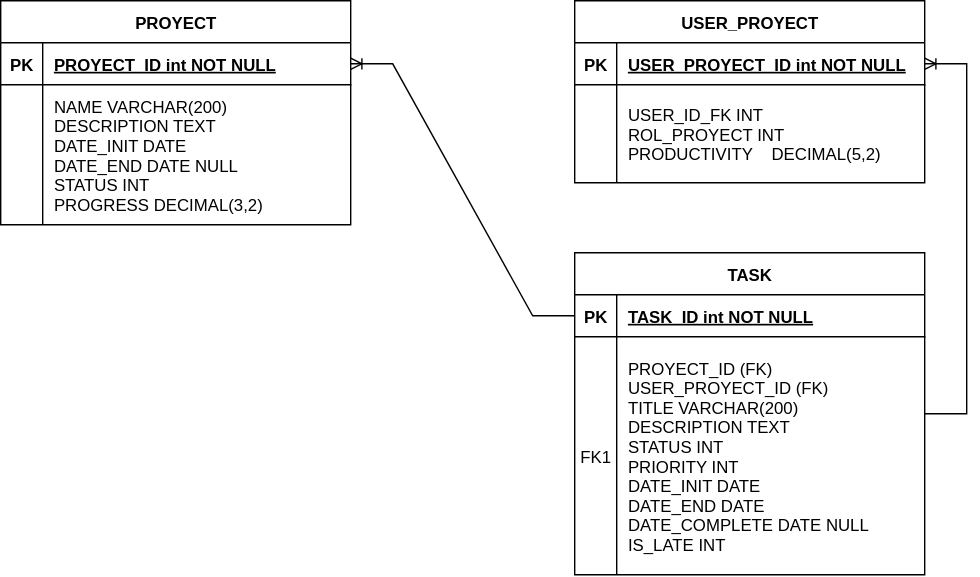
Above: schemas/IMPORT/KENDALL_MICRO_IMPORT_EXPORT.svg in brayrpgs/GLOB-DB (draw.io), before the change. Source tidied: cells renumbered, new cells last; positions are measured from the earlier drawing's top-left corner, leaving out a move shared by most shapes.
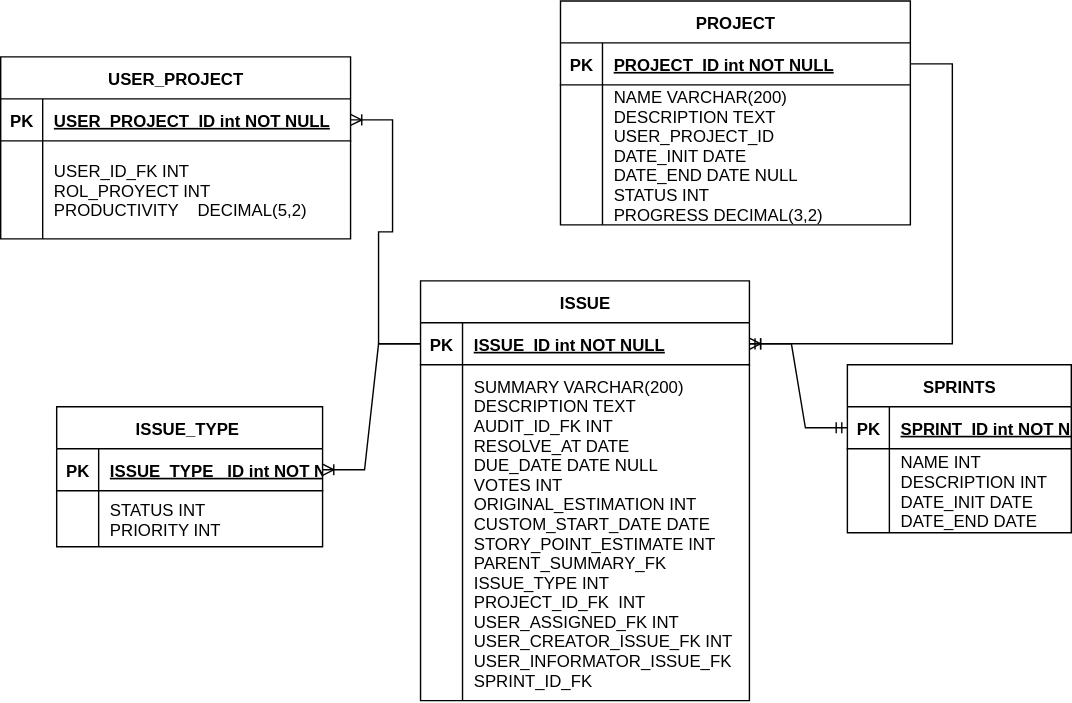
The same file after the commit.

Commit message:
Implement code changes to enhance functionality and improve performance

Change to the diagram source:
```diff
@@ -2,8 +2,8 @@
   <root>
     <mxCell id="0" />
     <mxCell id="1" parent="0" />
-    <mxCell id="2" value="USER_PROYECT" style="shape=table;startSize=30;rowLines=0;fontStyle=1;align=center;" parent="1" vertex="1">
-      <mxGeometry x="410" width="250" height="130" as="geometry" />
+    <mxCell id="2" value="USER_PROJECT" style="shape=table;startSize=30;rowLines=0;fontStyle=1;align=center;" parent="1" vertex="1">
+      <mxGeometry x="-40" y="30" width="250" height="130" as="geometry" />
     </mxCell>
     <mxCell id="3" style="shape=partialRectangle;fillColor=none;points=[[0,0.5],[1,0.5]];portConstraint=eastwest;top=0;left=0;right=0;bottom=1;" parent="2" vertex="1">
       <mxGeometry y="30" width="250" height="30" as="geometry" />
@@ -11,7 +11,7 @@
     <mxCell id="4" value="PK" style="shape=partialRectangle;overflow=hidden;fillColor=none;top=0;left=0;bottom=0;right=0;fontStyle=1;" parent="3" vertex="1">
       <mxGeometry width="30" height="30" as="geometry" />
     </mxCell>
-    <mxCell id="5" value="USER_PROYECT_ID int NOT NULL " style="shape=partialRectangle;overflow=hidden;fillColor=none;top=0;left=0;bottom=0;right=0;align=left;spacingLeft=6;fontStyle=5;" parent="3" vertex="1">
+    <mxCell id="5" value="USER_PROJECT_ID int NOT NULL " style="shape=partialRectangle;overflow=hidden;fillColor=none;top=0;left=0;bottom=0;right=0;align=left;spacingLeft=6;fontStyle=5;" parent="3" vertex="1">
       <mxGeometry x="30" width="220" height="30" as="geometry" />
     </mxCell>
     <mxCell id="6" style="shape=partialRectangle;fillColor=none;top=0;left=0;right=0;bottom=0;" parent="2" vertex="1">
@@ -20,32 +20,11 @@
     <mxCell id="7" style="shape=partialRectangle;overflow=hidden;fillColor=none;top=0;left=0;bottom=0;right=0;" parent="6" vertex="1">
       <mxGeometry width="30" height="70" as="geometry" />
     </mxCell>
-    <mxCell id="8" value="USER_ID_FK INT&#10;ROL_PROYECT INT&#10;PRODUCTIVITY    DECIMAL(5,2) " style="shape=partialRectangle;overflow=hidden;fillColor=none;top=0;left=0;bottom=0;right=0;align=left;spacingLeft=6;" parent="6" vertex="1">
+    <mxCell id="8" value="USER_ID_FK INT&#10;ROL_PROYECT INT&#10;PRODUCTIVITY    DECIMAL(5,2)" style="shape=partialRectangle;overflow=hidden;fillColor=none;top=0;left=0;bottom=0;right=0;align=left;spacingLeft=6;" parent="6" vertex="1">
       <mxGeometry x="30" width="220" height="70" as="geometry" />
     </mxCell>
-    <mxCell id="9" value="TASK" style="shape=table;startSize=30;rowLines=0;fontStyle=1;align=center;" parent="1" vertex="1">
-      <mxGeometry x="410" y="180" width="250" height="230" as="geometry" />
-    </mxCell>
-    <mxCell id="10" style="shape=partialRectangle;fillColor=none;points=[[0,0.5],[1,0.5]];portConstraint=eastwest;top=0;left=0;right=0;bottom=1;" parent="9" vertex="1">
-      <mxGeometry y="30" width="250" height="30" as="geometry" />
-    </mxCell>
-    <mxCell id="11" value="PK" style="shape=partialRectangle;overflow=hidden;fillColor=none;top=0;left=0;bottom=0;right=0;fontStyle=1;" parent="10" vertex="1">
-      <mxGeometry width="30" height="30" as="geometry" />
-    </mxCell>
-    <mxCell id="12" value="TASK_ID int NOT NULL " style="shape=partialRectangle;overflow=hidden;fillColor=none;top=0;left=0;bottom=0;right=0;align=left;spacingLeft=6;fontStyle=5;" parent="10" vertex="1">
-      <mxGeometry x="30" width="220" height="30" as="geometry" />
-    </mxCell>
-    <mxCell id="13" style="shape=partialRectangle;fillColor=none;top=0;left=0;right=0;bottom=0;" parent="9" vertex="1">
-      <mxGeometry y="60" width="250" height="170" as="geometry" />
-    </mxCell>
-    <mxCell id="14" value="FK1" style="shape=partialRectangle;overflow=hidden;fillColor=none;top=0;left=0;bottom=0;right=0;" parent="13" vertex="1">
-      <mxGeometry width="30" height="170" as="geometry" />
-    </mxCell>
-    <mxCell id="15" value="PROYECT_ID (FK) &#10;USER_PROYECT_ID (FK)  &#10;TITLE VARCHAR(200)&#10;DESCRIPTION TEXT  &#10;STATUS INT&#10;PRIORITY INT&#10;DATE_INIT DATE&#10;DATE_END DATE&#10;DATE_COMPLETE DATE NULL&#10;IS_LATE INT" style="shape=partialRectangle;overflow=hidden;fillColor=none;top=0;left=0;bottom=0;right=0;align=left;spacingLeft=6;" parent="13" vertex="1">
-      <mxGeometry x="30" width="220" height="170" as="geometry" />
-    </mxCell>
-    <mxCell id="16" value="PROYECT" style="shape=table;startSize=30;rowLines=0;fontStyle=1;align=center;" parent="1" vertex="1">
-      <mxGeometry width="250" height="160" as="geometry" />
+    <mxCell id="16" value="PROJECT" style="shape=table;startSize=30;rowLines=0;fontStyle=1;align=center;" parent="1" vertex="1">
+      <mxGeometry x="360" y="-10" width="250" height="160" as="geometry" />
     </mxCell>
     <mxCell id="17" style="shape=partialRectangle;fillColor=none;points=[[0,0.5],[1,0.5]];portConstraint=eastwest;top=0;left=0;right=0;bottom=1;" parent="16" vertex="1">
       <mxGeometry y="30" width="250" height="30" as="geometry" />
@@ -53,7 +32,7 @@
     <mxCell id="18" value="PK" style="shape=partialRectangle;overflow=hidden;fillColor=none;top=0;left=0;bottom=0;right=0;fontStyle=1;" parent="17" vertex="1">
       <mxGeometry width="30" height="30" as="geometry" />
     </mxCell>
-    <mxCell id="19" value="PROYECT_ID int NOT NULL " style="shape=partialRectangle;overflow=hidden;fillColor=none;top=0;left=0;bottom=0;right=0;align=left;spacingLeft=6;fontStyle=5;" parent="17" vertex="1">
+    <mxCell id="19" value="PROJECT_ID int NOT NULL " style="shape=partialRectangle;overflow=hidden;fillColor=none;top=0;left=0;bottom=0;right=0;align=left;spacingLeft=6;fontStyle=5;" parent="17" vertex="1">
       <mxGeometry x="30" width="220" height="30" as="geometry" />
     </mxCell>
     <mxCell id="20" style="shape=partialRectangle;fillColor=none;top=0;left=0;right=0;bottom=0;" parent="16" vertex="1">
@@ -62,14 +41,83 @@
     <mxCell id="21" style="shape=partialRectangle;overflow=hidden;fillColor=none;top=0;left=0;bottom=0;right=0;" parent="20" vertex="1">
       <mxGeometry width="30" height="100" as="geometry" />
     </mxCell>
-    <mxCell id="22" value="NAME VARCHAR(200)&#10;DESCRIPTION TEXT   &#10;DATE_INIT DATE    &#10;DATE_END DATE NULL&#10;STATUS INT&#10;PROGRESS DECIMAL(3,2) " style="shape=partialRectangle;overflow=hidden;fillColor=none;top=0;left=0;bottom=0;right=0;align=left;spacingLeft=6;" parent="20" vertex="1">
+    <mxCell id="22" value="NAME VARCHAR(200)&#10;DESCRIPTION TEXT&#10;USER_PROJECT_ID &#10;DATE_INIT DATE    &#10;DATE_END DATE NULL&#10;STATUS INT&#10;PROGRESS DECIMAL(3,2) " style="shape=partialRectangle;overflow=hidden;fillColor=none;top=0;left=0;bottom=0;right=0;align=left;spacingLeft=6;" parent="20" vertex="1">
       <mxGeometry x="30" width="220" height="100" as="geometry" />
     </mxCell>
-    <mxCell id="23" style="edgeStyle=entityRelationEdgeStyle;fontSize=12;html=1;endArrow=ERoneToMany;rounded=0;" parent="1" edge="1" source="9" target="3">
-      <mxGeometry relative="1" as="geometry" />
-    </mxCell>
-    <mxCell id="24" style="edgeStyle=entityRelationEdgeStyle;fontSize=12;html=1;endArrow=ERoneToMany;rounded=0;exitX=0;exitY=0.5;exitDx=0;exitDy=0;" parent="1" edge="1" source="10" target="17">
-      <mxGeometry relative="1" as="geometry" />
-    </mxCell>
+    <mxCell id="25" value="ISSUE" style="shape=table;startSize=30;rowLines=0;fontStyle=1;align=center;" parent="1" vertex="1">
+      <mxGeometry x="260" y="190" width="235" height="300" as="geometry" />
+    </mxCell>
+    <mxCell id="26" style="shape=partialRectangle;fillColor=none;points=[[0,0.5],[1,0.5]];portConstraint=eastwest;top=0;left=0;right=0;bottom=1;" parent="25" vertex="1">
+      <mxGeometry y="30" width="235" height="30" as="geometry" />
+    </mxCell>
+    <mxCell id="27" value="PK" style="shape=partialRectangle;overflow=hidden;fillColor=none;top=0;left=0;bottom=0;right=0;fontStyle=1;" parent="26" vertex="1">
+      <mxGeometry width="30" height="30" as="geometry" />
+    </mxCell>
+    <mxCell id="28" value="ISSUE_ID int NOT NULL " style="shape=partialRectangle;overflow=hidden;fillColor=none;top=0;left=0;bottom=0;right=0;align=left;spacingLeft=6;fontStyle=5;" parent="26" vertex="1">
+      <mxGeometry x="30" width="205" height="30" as="geometry" />
+    </mxCell>
+    <mxCell id="29" style="shape=partialRectangle;fillColor=none;top=0;left=0;right=0;bottom=0;" parent="25" vertex="1">
+      <mxGeometry y="60" width="235" height="240" as="geometry" />
+    </mxCell>
+    <mxCell id="30" style="shape=partialRectangle;overflow=hidden;fillColor=none;top=0;left=0;bottom=0;right=0;" parent="29" vertex="1">
+      <mxGeometry width="30" height="240" as="geometry" />
+    </mxCell>
+    <mxCell id="31" value="SUMMARY VARCHAR(200)&#10;DESCRIPTION TEXT&#10;AUDIT_ID_FK INT   &#10;RESOLVE_AT DATE    &#10;DUE_DATE DATE NULL&#10;VOTES INT&#10;ORIGINAL_ESTIMATION INT&#10;CUSTOM_START_DATE DATE&#10;STORY_POINT_ESTIMATE INT&#10;PARENT_SUMMARY_FK&#10;ISSUE_TYPE INT&#10;PROJECT_ID_FK  INT&#10;USER_ASSIGNED_FK INT&#10;USER_CREATOR_ISSUE_FK INT&#10;USER_INFORMATOR_ISSUE_FK&#10;SPRINT_ID_FK" style="shape=partialRectangle;overflow=hidden;fillColor=none;top=0;left=0;bottom=0;right=0;align=left;spacingLeft=6;" parent="29" vertex="1">
+      <mxGeometry x="30" width="205" height="240" as="geometry" />
+    </mxCell>
+    <mxCell id="32" style="edgeStyle=entityRelationEdgeStyle;fontSize=12;html=1;endArrow=ERoneToMany;rounded=0;" parent="1" edge="1" source="26" target="3">
+      <mxGeometry relative="1" as="geometry" />
+    </mxCell>
+    <mxCell id="33" style="edgeStyle=entityRelationEdgeStyle;fontSize=12;html=1;endArrow=ERoneToMany;rounded=0;" parent="1" edge="1" source="17" target="26">
+      <mxGeometry relative="1" as="geometry" />
+    </mxCell>
+    <mxCell id="34" value="ISSUE_TYPE " style="shape=table;startSize=30;rowLines=0;fontStyle=1;align=center;" parent="1" vertex="1">
+      <mxGeometry y="280" width="190" height="100" as="geometry" />
+    </mxCell>
+    <mxCell id="35" style="shape=partialRectangle;fillColor=none;points=[[0,0.5],[1,0.5]];portConstraint=eastwest;top=0;left=0;right=0;bottom=1;" parent="34" vertex="1">
+      <mxGeometry y="30" width="190" height="30" as="geometry" />
+    </mxCell>
+    <mxCell id="36" value="PK" style="shape=partialRectangle;overflow=hidden;fillColor=none;top=0;left=0;bottom=0;right=0;fontStyle=1;" parent="35" vertex="1">
+      <mxGeometry width="30" height="30" as="geometry" />
+    </mxCell>
+    <mxCell id="37" value="ISSUE_TYPE _ID int NOT NULL " style="shape=partialRectangle;overflow=hidden;fillColor=none;top=0;left=0;bottom=0;right=0;align=left;spacingLeft=6;fontStyle=5;" parent="35" vertex="1">
+      <mxGeometry x="30" width="160" height="30" as="geometry" />
+    </mxCell>
+    <mxCell id="38" style="shape=partialRectangle;fillColor=none;top=0;left=0;right=0;bottom=0;" parent="34" vertex="1">
+      <mxGeometry y="60" width="190" height="40" as="geometry" />
+    </mxCell>
+    <mxCell id="39" style="shape=partialRectangle;overflow=hidden;fillColor=none;top=0;left=0;bottom=0;right=0;" parent="38" vertex="1">
+      <mxGeometry width="30" height="40" as="geometry" />
+    </mxCell>
+    <mxCell id="40" value="STATUS INT&#10;PRIORITY INT" style="shape=partialRectangle;overflow=hidden;fillColor=none;top=0;left=0;bottom=0;right=0;align=left;spacingLeft=6;" parent="38" vertex="1">
+      <mxGeometry x="30" width="160" height="40" as="geometry" />
+    </mxCell>
+    <mxCell id="41" style="edgeStyle=entityRelationEdgeStyle;fontSize=12;html=1;endArrow=ERoneToMany;rounded=0;" parent="1" edge="1" source="26" target="35">
+      <mxGeometry relative="1" as="geometry" />
+    </mxCell>
+    <mxCell id="42" value="SPRINTS" style="shape=table;startSize=30;rowLines=0;fontStyle=1;align=center;" parent="1" vertex="1">
+      <mxGeometry x="565" y="250" width="160" height="120" as="geometry" />
+    </mxCell>
+    <mxCell id="43" style="shape=partialRectangle;fillColor=none;points=[[0,0.5],[1,0.5]];portConstraint=eastwest;top=0;left=0;right=0;bottom=1;" parent="42" vertex="1">
+      <mxGeometry y="30" width="160" height="30" as="geometry" />
+    </mxCell>
+    <mxCell id="44" value="PK" style="shape=partialRectangle;overflow=hidden;fillColor=none;top=0;left=0;bottom=0;right=0;fontStyle=1;" parent="43" vertex="1">
+      <mxGeometry width="30" height="30" as="geometry" />
+    </mxCell>
+    <mxCell id="45" value="SPRINT_ID int NOT NULL " style="shape=partialRectangle;overflow=hidden;fillColor=none;top=0;left=0;bottom=0;right=0;align=left;spacingLeft=6;fontStyle=5;" parent="43" vertex="1">
+      <mxGeometry x="30" width="130" height="30" as="geometry" />
+    </mxCell>
+    <mxCell id="46" style="shape=partialRectangle;fillColor=none;top=0;left=0;right=0;bottom=0;" parent="42" vertex="1">
+      <mxGeometry y="60" width="160" height="60" as="geometry" />
+    </mxCell>
+    <mxCell id="47" style="shape=partialRectangle;overflow=hidden;fillColor=none;top=0;left=0;bottom=0;right=0;" parent="46" vertex="1">
+      <mxGeometry width="30" height="60" as="geometry" />
+    </mxCell>
+    <mxCell id="48" value="NAME INT&#10;DESCRIPTION INT&#10;DATE_INIT DATE&#10;DATE_END DATE" style="shape=partialRectangle;overflow=hidden;fillColor=none;top=0;left=0;bottom=0;right=0;align=left;spacingLeft=6;" parent="46" vertex="1">
+      <mxGeometry x="30" width="130" height="60" as="geometry" />
+    </mxCell>
+    <mxCell id="49" style="edgeStyle=entityRelationEdgeStyle;fontSize=12;html=1;endArrow=ERmandOne;startArrow=ERmandOne;rounded=0;" parent="1" edge="1" source="26" target="43">
+      <mxGeometry relative="1" as="geometry" />
+    </mxCell>
   </root>
 </mxGraphModel>
```
